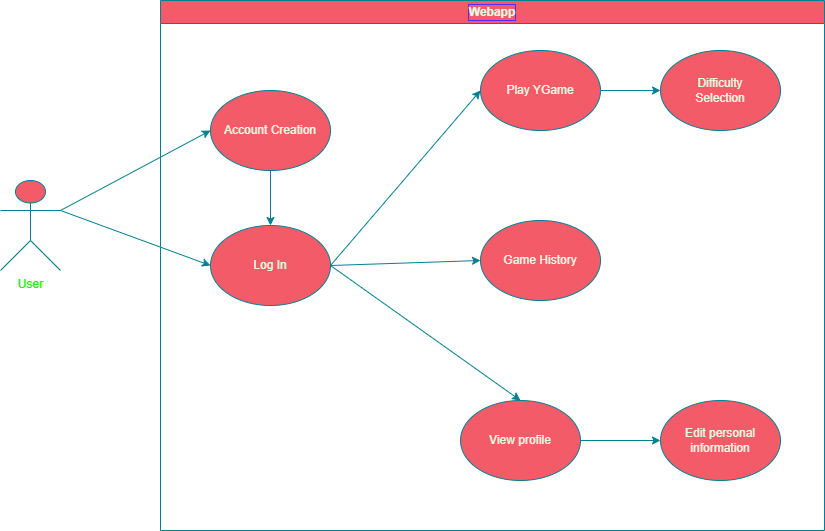
Arquisoft/yovi_es3b keeps this draw.io diagram as docs/images/UseCasesYovi.png. Above is the earlier version. Source tidied: cells renumbered, new cells last; positions are measured from the earlier drawing's top-left corner, leaving out a move shared by most shapes.
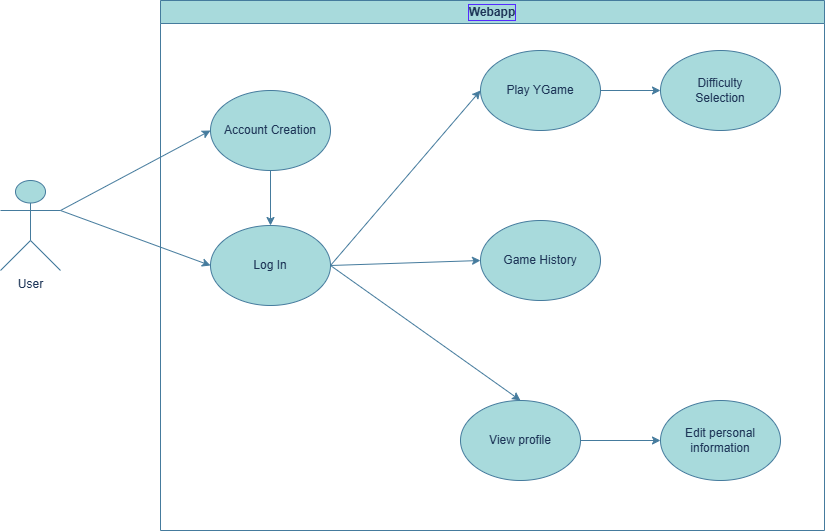
After the change.

Commit message:
Started part 5 documentation, missing level 2 and onwards diagrams and interfaces part.

What changed in the source:
```diff
@@ -2,55 +2,55 @@
   <root>
     <mxCell id="0" />
     <mxCell id="1" parent="0" />
-    <mxCell id="2" value="User" style="shape=umlActor;verticalLabelPosition=bottom;verticalAlign=top;html=1;outlineConnect=0;labelBackgroundColor=none;fillColor=#F45B69;strokeColor=#028090;fontColor=light-dark(#19fa00, #0b2008);" parent="1" vertex="1">
+    <mxCell id="2" value="User" style="shape=umlActor;verticalLabelPosition=bottom;verticalAlign=top;html=1;outlineConnect=0;labelBackgroundColor=none;fillColor=#A8DADC;strokeColor=#457B9D;fontColor=#1D3557;" parent="1" vertex="1">
       <mxGeometry y="180" width="60" height="90" as="geometry" />
     </mxCell>
-    <mxCell id="3" value="Webapp" style="swimlane;whiteSpace=wrap;html=1;labelBackgroundColor=none;labelBorderColor=#542AFF;textShadow=0;fillColor=#F45B69;strokeColor=#028090;fontColor=#E4FDE1;" parent="1" vertex="1">
+    <mxCell id="3" value="Webapp" style="swimlane;whiteSpace=wrap;html=1;labelBackgroundColor=none;labelBorderColor=#542AFF;textShadow=0;fillColor=#A8DADC;strokeColor=#457B9D;fontColor=#1D3557;" parent="1" vertex="1">
       <mxGeometry x="160" width="664" height="530" as="geometry" />
     </mxCell>
-    <mxCell id="4" value="Play YGame" style="ellipse;whiteSpace=wrap;html=1;labelBackgroundColor=none;fillColor=#F45B69;strokeColor=#028090;fontColor=#E4FDE1;" parent="3" vertex="1">
+    <mxCell id="4" value="Play YGame" style="ellipse;whiteSpace=wrap;html=1;labelBackgroundColor=none;fillColor=#A8DADC;strokeColor=#457B9D;fontColor=#1D3557;" parent="3" vertex="1">
       <mxGeometry x="320" y="50" width="120" height="80" as="geometry" />
     </mxCell>
-    <mxCell id="5" value="Game History" style="ellipse;whiteSpace=wrap;html=1;labelBackgroundColor=none;fillColor=#F45B69;strokeColor=#028090;fontColor=#E4FDE1;" parent="3" vertex="1">
+    <mxCell id="5" value="Game History" style="ellipse;whiteSpace=wrap;html=1;labelBackgroundColor=none;fillColor=#A8DADC;strokeColor=#457B9D;fontColor=#1D3557;" parent="3" vertex="1">
       <mxGeometry x="320" y="220" width="120" height="80" as="geometry" />
     </mxCell>
-    <mxCell id="6" value="Log In" style="ellipse;whiteSpace=wrap;html=1;labelBackgroundColor=none;fillColor=#F45B69;strokeColor=#028090;fontColor=#E4FDE1;" parent="3" vertex="1">
+    <mxCell id="6" value="Log In" style="ellipse;whiteSpace=wrap;html=1;labelBackgroundColor=none;fillColor=#A8DADC;strokeColor=#457B9D;fontColor=#1D3557;" parent="3" vertex="1">
       <mxGeometry x="50" y="225" width="120" height="80" as="geometry" />
     </mxCell>
-    <mxCell id="7" value="Account Creation" style="ellipse;whiteSpace=wrap;html=1;labelBackgroundColor=none;fillColor=#F45B69;strokeColor=#028090;fontColor=#E4FDE1;" parent="3" vertex="1">
+    <mxCell id="7" value="Account Creation" style="ellipse;whiteSpace=wrap;html=1;labelBackgroundColor=none;fillColor=#A8DADC;strokeColor=#457B9D;fontColor=#1D3557;" parent="3" vertex="1">
       <mxGeometry x="50" y="90" width="120" height="80" as="geometry" />
     </mxCell>
-    <mxCell id="8" style="endArrow=classic;html=1;rounded=0;entryX=0;entryY=0.5;entryDx=0;entryDy=0;entryPerimeter=0;exitX=1;exitY=0.5;exitDx=0;exitDy=0;labelBackgroundColor=none;strokeColor=#028090;fontColor=default;" parent="3" edge="1" source="6" target="4">
+    <mxCell id="8" style="endArrow=classic;html=1;rounded=0;entryX=0;entryY=0.5;entryDx=0;entryDy=0;entryPerimeter=0;exitX=1;exitY=0.5;exitDx=0;exitDy=0;labelBackgroundColor=none;strokeColor=#457B9D;fontColor=default;" parent="3" edge="1" source="6" target="4">
       <mxGeometry relative="1" as="geometry" />
     </mxCell>
-    <mxCell id="9" style="endArrow=classic;html=1;rounded=0;exitX=0.5;exitY=1;exitDx=0;exitDy=0;entryX=0.5;entryY=0;entryDx=0;entryDy=0;labelBackgroundColor=none;strokeColor=#028090;fontColor=default;" parent="3" edge="1" source="7" target="6">
+    <mxCell id="9" style="endArrow=classic;html=1;rounded=0;exitX=0.5;exitY=1;exitDx=0;exitDy=0;entryX=0.5;entryY=0;entryDx=0;entryDy=0;labelBackgroundColor=none;strokeColor=#457B9D;fontColor=default;" parent="3" edge="1" source="7" target="6">
       <mxGeometry relative="1" as="geometry" />
     </mxCell>
-    <mxCell id="10" style="endArrow=classic;html=1;rounded=0;entryX=0;entryY=0.5;entryDx=0;entryDy=0;exitX=1;exitY=0.5;exitDx=0;exitDy=0;labelBackgroundColor=none;strokeColor=#028090;fontColor=default;" parent="3" edge="1" source="6" target="5">
+    <mxCell id="10" style="endArrow=classic;html=1;rounded=0;entryX=0;entryY=0.5;entryDx=0;entryDy=0;exitX=1;exitY=0.5;exitDx=0;exitDy=0;labelBackgroundColor=none;strokeColor=#457B9D;fontColor=default;" parent="3" edge="1" source="6" target="5">
       <mxGeometry relative="1" as="geometry" />
     </mxCell>
-    <mxCell id="11" value="Difficulty&lt;div&gt;Selection&lt;/div&gt;" style="ellipse;whiteSpace=wrap;html=1;labelBackgroundColor=none;fillColor=#F45B69;strokeColor=#028090;fontColor=#E4FDE1;" parent="3" vertex="1">
+    <mxCell id="11" value="Difficulty&lt;div&gt;Selection&lt;/div&gt;" style="ellipse;whiteSpace=wrap;html=1;labelBackgroundColor=none;fillColor=#A8DADC;strokeColor=#457B9D;fontColor=#1D3557;" parent="3" vertex="1">
       <mxGeometry x="500" y="50" width="120" height="80" as="geometry" />
     </mxCell>
-    <mxCell id="12" style="endArrow=classic;html=1;rounded=0;entryX=0;entryY=0.5;entryDx=0;entryDy=0;exitX=1;exitY=0.5;exitDx=0;exitDy=0;labelBackgroundColor=none;strokeColor=#028090;fontColor=default;" parent="3" edge="1" source="4" target="11">
+    <mxCell id="12" style="endArrow=classic;html=1;rounded=0;entryX=0;entryY=0.5;entryDx=0;entryDy=0;exitX=1;exitY=0.5;exitDx=0;exitDy=0;labelBackgroundColor=none;strokeColor=#457B9D;fontColor=default;" parent="3" edge="1" source="4" target="11">
       <mxGeometry relative="1" as="geometry" />
     </mxCell>
-    <mxCell id="13" value="View profile" style="ellipse;whiteSpace=wrap;html=1;labelBackgroundColor=none;fillColor=#F45B69;strokeColor=#028090;fontColor=#E4FDE1;" parent="3" vertex="1">
+    <mxCell id="13" value="View profile" style="ellipse;whiteSpace=wrap;html=1;labelBackgroundColor=none;fillColor=#A8DADC;strokeColor=#457B9D;fontColor=#1D3557;" parent="3" vertex="1">
       <mxGeometry x="300" y="400" width="120" height="80" as="geometry" />
     </mxCell>
-    <mxCell id="14" value="Edit personal&lt;div&gt;information&lt;/div&gt;" style="ellipse;whiteSpace=wrap;html=1;labelBackgroundColor=none;fillColor=#F45B69;strokeColor=#028090;fontColor=#E4FDE1;" parent="3" vertex="1">
+    <mxCell id="14" value="Edit personal&lt;div&gt;information&lt;/div&gt;" style="ellipse;whiteSpace=wrap;html=1;labelBackgroundColor=none;fillColor=#A8DADC;strokeColor=#457B9D;fontColor=#1D3557;" parent="3" vertex="1">
       <mxGeometry x="500" y="400" width="120" height="80" as="geometry" />
     </mxCell>
-    <mxCell id="15" style="endArrow=classic;html=1;rounded=0;entryX=0.5;entryY=0;entryDx=0;entryDy=0;exitX=1;exitY=0.5;exitDx=0;exitDy=0;labelBackgroundColor=none;strokeColor=#028090;fontColor=default;" parent="3" edge="1" source="6" target="13">
+    <mxCell id="15" style="endArrow=classic;html=1;rounded=0;entryX=0.5;entryY=0;entryDx=0;entryDy=0;exitX=1;exitY=0.5;exitDx=0;exitDy=0;labelBackgroundColor=none;strokeColor=#457B9D;fontColor=default;" parent="3" edge="1" source="6" target="13">
       <mxGeometry relative="1" as="geometry" />
     </mxCell>
-    <mxCell id="16" style="endArrow=classic;html=1;rounded=0;entryX=0;entryY=0.5;entryDx=0;entryDy=0;exitX=1;exitY=0.5;exitDx=0;exitDy=0;labelBackgroundColor=none;strokeColor=#028090;fontColor=default;" parent="3" edge="1" source="13" target="14">
+    <mxCell id="16" style="endArrow=classic;html=1;rounded=0;entryX=0;entryY=0.5;entryDx=0;entryDy=0;exitX=1;exitY=0.5;exitDx=0;exitDy=0;labelBackgroundColor=none;strokeColor=#457B9D;fontColor=default;" parent="3" edge="1" source="13" target="14">
       <mxGeometry relative="1" as="geometry" />
     </mxCell>
-    <mxCell id="17" style="endArrow=classic;html=1;rounded=0;entryX=0;entryY=0.5;entryDx=0;entryDy=0;exitX=1;exitY=0.3333333333333333;exitDx=0;exitDy=0;exitPerimeter=0;labelBackgroundColor=none;strokeColor=#028090;fontColor=default;" parent="1" edge="1" source="2" target="7">
+    <mxCell id="17" style="endArrow=classic;html=1;rounded=0;entryX=0;entryY=0.5;entryDx=0;entryDy=0;exitX=1;exitY=0.3333333333333333;exitDx=0;exitDy=0;exitPerimeter=0;labelBackgroundColor=none;strokeColor=#457B9D;fontColor=default;" parent="1" edge="1" source="2" target="7">
       <mxGeometry relative="1" as="geometry" />
     </mxCell>
-    <mxCell id="18" style="endArrow=classic;html=1;rounded=0;entryX=0;entryY=0.5;entryDx=0;entryDy=0;exitX=1;exitY=0.3333333333333333;exitDx=0;exitDy=0;exitPerimeter=0;labelBackgroundColor=none;strokeColor=#028090;fontColor=default;" parent="1" edge="1" source="2" target="6">
+    <mxCell id="18" style="endArrow=classic;html=1;rounded=0;entryX=0;entryY=0.5;entryDx=0;entryDy=0;exitX=1;exitY=0.3333333333333333;exitDx=0;exitDy=0;exitPerimeter=0;labelBackgroundColor=none;strokeColor=#457B9D;fontColor=default;" parent="1" edge="1" source="2" target="6">
       <mxGeometry relative="1" as="geometry" />
     </mxCell>
   </root>
```
